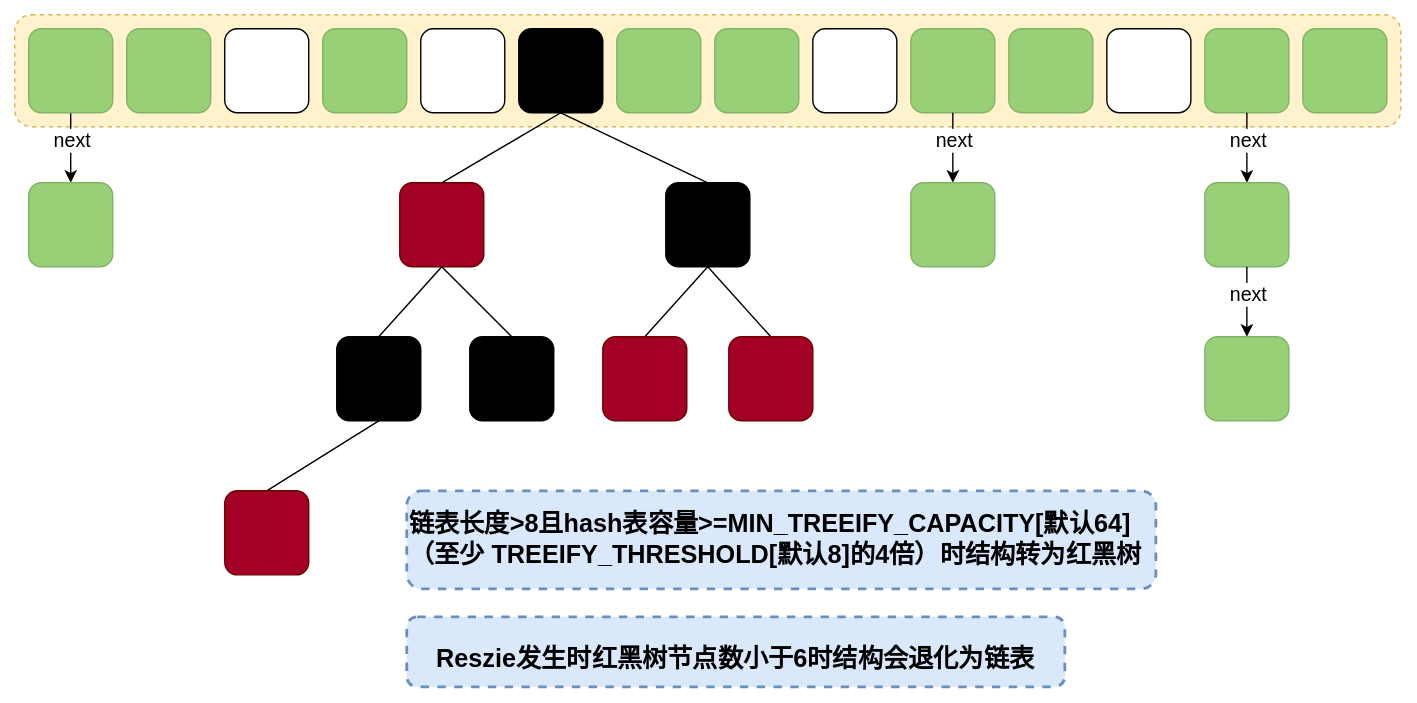
This is Java/JavaSE/集合框架/Java8HashMap结构.drawio.svg from Developer-Tang/notes, a draw.io export, as it was before one commit. Source tidied: cells renumbered, new cells last; positions are measured from the earlier drawing's top-left corner, leaving out a move shared by most shapes.
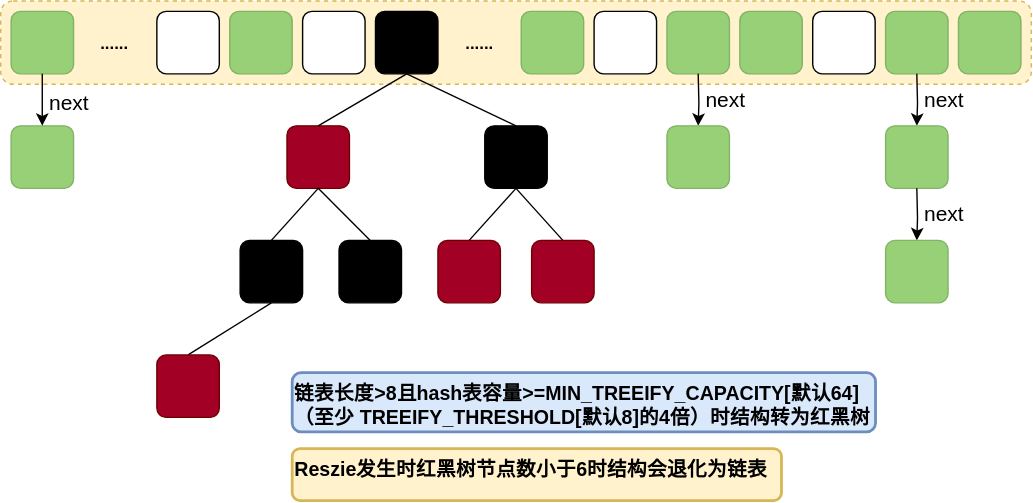
After the change.

Change to the diagram source:
```diff
@@ -2,150 +2,150 @@
   <root>
     <mxCell id="0" />
     <mxCell id="1" parent="0" />
-    <mxCell id="2" style="rounded=1;whiteSpace=wrap;html=1;dashed=1;fillColor=#fff2cc;strokeColor=#d6b656;" parent="1" vertex="1">
-      <mxGeometry width="990" height="80" as="geometry" />
+    <mxCell id="2" style="rounded=1;dashed=1;fillColor=#fff2cc;strokeColor=#d6b656;labelBackgroundColor=none;" parent="1" vertex="1">
+      <mxGeometry x="-10" y="-7" width="736.3" height="59.5" as="geometry" />
     </mxCell>
-    <mxCell id="3" style="edgeStyle=orthogonalEdgeStyle;rounded=0;jettySize=auto;html=1;" parent="1" edge="1" source="5" target="19">
-      <mxGeometry relative="1" as="geometry" />
-    </mxCell>
-    <mxCell id="4" value="next" style="edgeLabel;html=1;align=center;verticalAlign=middle;fontSize=14;" parent="3" vertex="1">
-      <mxGeometry x="-0.25" y="2" relative="1" as="geometry">
-        <mxPoint x="-2" y="1" as="offset" />
-      </mxGeometry>
-    </mxCell>
-    <mxCell id="5" style="rounded=1;whiteSpace=wrap;html=1;fillColor=#97D077;strokeColor=#82b366;" parent="1" vertex="1">
-      <mxGeometry x="10" y="10" width="60" height="60" as="geometry" />
+    <mxCell id="5" style="rounded=1;fillColor=#97D077;strokeColor=#82b366;labelBackgroundColor=none;" parent="1" vertex="1">
+      <mxGeometry x="-2.6" y="0.4" width="44.6" height="44.6" as="geometry" />
     </mxCell>
-    <mxCell id="6" style="rounded=1;whiteSpace=wrap;html=1;strokeColor=#82b366;fillColor=#97D077;" parent="1" vertex="1">
-      <mxGeometry x="80" y="10" width="60" height="60" as="geometry" />
-    </mxCell>
-    <mxCell id="7" style="rounded=1;whiteSpace=wrap;html=1;" parent="1" vertex="1">
-      <mxGeometry x="150" y="10" width="60" height="60" as="geometry" />
+    <mxCell id="7" style="rounded=1;labelBackgroundColor=none;" parent="1" vertex="1">
+      <mxGeometry x="101.6" y="0.4" width="44.6" height="44.6" as="geometry" />
     </mxCell>
-    <mxCell id="8" style="rounded=1;whiteSpace=wrap;html=1;strokeColor=#82b366;fillColor=#97D077;" parent="1" vertex="1">
-      <mxGeometry x="220" y="10" width="60" height="60" as="geometry" />
+    <mxCell id="8" style="rounded=1;strokeColor=#82b366;fillColor=#97D077;labelBackgroundColor=none;" parent="1" vertex="1">
+      <mxGeometry x="153.6" y="0.4" width="44.6" height="44.6" as="geometry" />
     </mxCell>
-    <mxCell id="9" style="rounded=1;whiteSpace=wrap;html=1;" parent="1" vertex="1">
-      <mxGeometry x="290" y="10" width="60" height="60" as="geometry" />
+    <mxCell id="9" style="rounded=1;labelBackgroundColor=none;" parent="1" vertex="1">
+      <mxGeometry x="205.7" y="0.4" width="44.6" height="44.6" as="geometry" />
     </mxCell>
-    <mxCell id="10" style="rounded=1;whiteSpace=wrap;html=1;strokeColor=#000000;fillColor=#000000;fontColor=#000000;" parent="1" vertex="1">
-      <mxGeometry x="360" y="10" width="60" height="60" as="geometry" />
+    <mxCell id="10" style="rounded=1;strokeColor=#000000;fillColor=#000000;fontColor=#000000;labelBackgroundColor=none;" parent="1" vertex="1">
+      <mxGeometry x="257.7" y="0.4" width="44.6" height="44.6" as="geometry" />
     </mxCell>
-    <mxCell id="11" style="rounded=1;whiteSpace=wrap;html=1;strokeColor=#82b366;fillColor=#97D077;" parent="1" vertex="1">
-      <mxGeometry x="430" y="10" width="60" height="60" as="geometry" />
-    </mxCell>
-    <mxCell id="12" style="rounded=1;whiteSpace=wrap;html=1;strokeColor=#82b366;fillColor=#97D077;" parent="1" vertex="1">
-      <mxGeometry x="500" y="10" width="60" height="60" as="geometry" />
+    <mxCell id="12" style="rounded=1;strokeColor=#82b366;fillColor=#97D077;labelBackgroundColor=none;" parent="1" vertex="1">
+      <mxGeometry x="361.9" y="0.4" width="44.6" height="44.6" as="geometry" />
     </mxCell>
-    <mxCell id="13" style="rounded=1;whiteSpace=wrap;html=1;" parent="1" vertex="1">
-      <mxGeometry x="570" y="10" width="60" height="60" as="geometry" />
+    <mxCell id="13" style="rounded=1;labelBackgroundColor=none;" parent="1" vertex="1">
+      <mxGeometry x="413.9" y="0.4" width="44.6" height="44.6" as="geometry" />
     </mxCell>
-    <mxCell id="14" style="rounded=1;whiteSpace=wrap;html=1;strokeColor=#82b366;fillColor=#97D077;" parent="1" vertex="1">
-      <mxGeometry x="640" y="10" width="60" height="60" as="geometry" />
+    <mxCell id="14" style="rounded=1;strokeColor=#82b366;fillColor=#97D077;labelBackgroundColor=none;" parent="1" vertex="1">
+      <mxGeometry x="466" y="0.4" width="44.6" height="44.6" as="geometry" />
     </mxCell>
-    <mxCell id="15" style="rounded=1;whiteSpace=wrap;html=1;strokeColor=#82b366;fillColor=#97D077;" parent="1" vertex="1">
-      <mxGeometry x="710" y="10" width="60" height="60" as="geometry" />
+    <mxCell id="15" style="rounded=1;strokeColor=#82b366;fillColor=#97D077;labelBackgroundColor=none;" parent="1" vertex="1">
+      <mxGeometry x="518.1" y="0.4" width="44.6" height="44.6" as="geometry" />
     </mxCell>
-    <mxCell id="16" style="rounded=1;whiteSpace=wrap;html=1;" parent="1" vertex="1">
-      <mxGeometry x="780" y="10" width="60" height="60" as="geometry" />
+    <mxCell id="16" style="rounded=1;labelBackgroundColor=none;" parent="1" vertex="1">
+      <mxGeometry x="570.1" y="0.4" width="44.6" height="44.6" as="geometry" />
     </mxCell>
-    <mxCell id="17" style="rounded=1;whiteSpace=wrap;html=1;strokeColor=#82b366;fillColor=#97D077;" parent="1" vertex="1">
-      <mxGeometry x="850" y="10" width="60" height="60" as="geometry" />
+    <mxCell id="17" style="rounded=1;strokeColor=#82b366;fillColor=#97D077;labelBackgroundColor=none;" parent="1" vertex="1">
+      <mxGeometry x="622.2" y="0.4" width="44.6" height="44.6" as="geometry" />
     </mxCell>
-    <mxCell id="18" style="rounded=1;whiteSpace=wrap;html=1;strokeColor=#82b366;fillColor=#97D077;" parent="1" vertex="1">
-      <mxGeometry x="920" y="10" width="60" height="60" as="geometry" />
+    <mxCell id="18" style="rounded=1;strokeColor=#82b366;fillColor=#97D077;labelBackgroundColor=none;" parent="1" vertex="1">
+      <mxGeometry x="674.2" y="0.4" width="44.6" height="44.6" as="geometry" />
     </mxCell>
-    <mxCell id="19" style="rounded=1;whiteSpace=wrap;html=1;fillColor=#97D077;strokeColor=#82b366;" parent="1" vertex="1">
-      <mxGeometry x="10" y="120" width="60" height="60" as="geometry" />
+    <mxCell id="19" style="rounded=1;fillColor=#97D077;strokeColor=#82b366;labelBackgroundColor=none;" parent="1" vertex="1">
+      <mxGeometry x="-2.6" y="82.2" width="44.6" height="44.6" as="geometry" />
     </mxCell>
-    <mxCell id="20" style="edgeStyle=none;rounded=0;jettySize=auto;html=1;exitX=0.5;exitY=1;exitDx=0;exitDy=0;entryX=0.5;entryY=0;entryDx=0;entryDy=0;endArrow=none;endFill=0;" parent="1" edge="1" source="21" target="34">
-      <mxGeometry relative="1" as="geometry" />
-    </mxCell>
+    <mxCell id="3" style="edgeStyle=orthogonalEdgeStyle;rounded=0;jettySize=auto;labelBackgroundColor=none;" parent="1" edge="1" source="5" target="19">
+      <mxGeometry relative="1" as="geometry" />
+    </mxCell>
+    <mxCell id="4" value="next" style="edgeLabel;align=center;verticalAlign=middle;fontSize=15;labelBackgroundColor=none;" parent="3" vertex="1">
+      <mxGeometry x="-0.25" y="2" relative="1" as="geometry">
+        <mxPoint x="17" y="3" as="offset" />
+      </mxGeometry>
+    </mxCell>
-    <mxCell id="21" style="rounded=1;whiteSpace=wrap;html=1;fillColor=#a20025;strokeColor=#6F0000;fontColor=#ffffff;" parent="1" vertex="1">
-      <mxGeometry x="275" y="120" width="60" height="60" as="geometry" />
+    <mxCell id="21" style="rounded=1;fillColor=#a20025;strokeColor=#6F0000;fontColor=#ffffff;labelBackgroundColor=none;" parent="1" vertex="1">
+      <mxGeometry x="194.5" y="82.2" width="44.6" height="44.6" as="geometry" />
     </mxCell>
-    <mxCell id="22" style="edgeStyle=orthogonalEdgeStyle;rounded=0;jettySize=auto;html=1;" parent="1" edge="1" target="24">
+    <mxCell id="22" style="edgeStyle=orthogonalEdgeStyle;rounded=0;jettySize=auto;labelBackgroundColor=none;" parent="1" edge="1" target="24">
       <mxGeometry relative="1" as="geometry">
-        <mxPoint x="670" y="70" as="sourcePoint" />
+        <mxPoint x="488.3" y="45.1" as="sourcePoint" />
       </mxGeometry>
     </mxCell>
-    <mxCell id="23" value="next" style="edgeLabel;html=1;align=center;verticalAlign=middle;fontSize=14;" parent="22" vertex="1">
+    <mxCell id="23" value="next" style="edgeLabel;align=center;verticalAlign=middle;fontSize=15;labelBackgroundColor=none;" parent="22" vertex="1">
       <mxGeometry x="-0.25" y="2" relative="1" as="geometry">
-        <mxPoint x="-2" y="1" as="offset" />
+        <mxPoint x="17" y="3" as="offset" />
       </mxGeometry>
     </mxCell>
-    <mxCell id="24" style="rounded=1;whiteSpace=wrap;html=1;fillColor=#97D077;strokeColor=#82b366;" parent="1" vertex="1">
-      <mxGeometry x="640" y="120" width="60" height="60" as="geometry" />
+    <mxCell id="24" style="rounded=1;fillColor=#97D077;strokeColor=#82b366;labelBackgroundColor=none;" parent="1" vertex="1">
+      <mxGeometry x="466" y="82.2" width="44.6" height="44.6" as="geometry" />
     </mxCell>
-    <mxCell id="25" style="edgeStyle=orthogonalEdgeStyle;rounded=0;jettySize=auto;html=1;" parent="1" edge="1" target="27">
+    <mxCell id="25" style="edgeStyle=orthogonalEdgeStyle;rounded=0;jettySize=auto;labelBackgroundColor=none;" parent="1" edge="1" target="27">
       <mxGeometry relative="1" as="geometry">
-        <mxPoint x="880" y="70" as="sourcePoint" />
+        <mxPoint x="644.5" y="45.1" as="sourcePoint" />
       </mxGeometry>
     </mxCell>
-    <mxCell id="26" value="next" style="edgeLabel;html=1;align=center;verticalAlign=middle;fontSize=14;" parent="25" vertex="1">
+    <mxCell id="26" value="next" style="edgeLabel;align=center;verticalAlign=middle;fontSize=15;labelBackgroundColor=none;" parent="25" vertex="1">
       <mxGeometry x="-0.25" y="2" relative="1" as="geometry">
-        <mxPoint x="-2" y="1" as="offset" />
+        <mxPoint x="17" y="3" as="offset" />
       </mxGeometry>
     </mxCell>
-    <mxCell id="27" style="rounded=1;whiteSpace=wrap;html=1;fillColor=#97D077;strokeColor=#82b366;" parent="1" vertex="1">
-      <mxGeometry x="850" y="120" width="60" height="60" as="geometry" />
+    <mxCell id="27" style="rounded=1;fillColor=#97D077;strokeColor=#82b366;labelBackgroundColor=none;" parent="1" vertex="1">
+      <mxGeometry x="622.2" y="82.2" width="44.6" height="44.6" as="geometry" />
     </mxCell>
-    <mxCell id="28" style="edgeStyle=orthogonalEdgeStyle;rounded=0;jettySize=auto;html=1;" parent="1" edge="1" target="30">
+    <mxCell id="28" style="edgeStyle=orthogonalEdgeStyle;rounded=0;jettySize=auto;labelBackgroundColor=none;" parent="1" edge="1" target="30">
       <mxGeometry relative="1" as="geometry">
-        <mxPoint x="880" y="180" as="sourcePoint" />
+        <mxPoint x="644.5" y="126.9" as="sourcePoint" />
       </mxGeometry>
     </mxCell>
-    <mxCell id="29" value="next" style="edgeLabel;html=1;align=center;verticalAlign=middle;fontSize=14;" parent="28" vertex="1">
+    <mxCell id="29" value="next" style="edgeLabel;align=center;verticalAlign=middle;fontSize=15;labelBackgroundColor=none;" parent="28" vertex="1">
       <mxGeometry x="-0.25" y="2" relative="1" as="geometry">
-        <mxPoint x="-2" y="1" as="offset" />
+        <mxPoint x="17" y="3" as="offset" />
       </mxGeometry>
     </mxCell>
-    <mxCell id="30" style="rounded=1;whiteSpace=wrap;html=1;fillColor=#97D077;strokeColor=#82b366;" parent="1" vertex="1">
-      <mxGeometry x="850" y="230" width="60" height="60" as="geometry" />
+    <mxCell id="30" style="rounded=1;fillColor=#97D077;strokeColor=#82b366;labelBackgroundColor=none;" parent="1" vertex="1">
+      <mxGeometry x="622.2" y="164.1" width="44.6" height="44.6" as="geometry" />
     </mxCell>
-    <mxCell id="31" style="rounded=1;whiteSpace=wrap;html=1;fillColor=#000000;strokeColor=#000000;" parent="1" vertex="1">
-      <mxGeometry x="465" y="120" width="60" height="60" as="geometry" />
+    <mxCell id="31" style="rounded=1;fillColor=#000000;strokeColor=#000000;labelBackgroundColor=none;" parent="1" vertex="1">
+      <mxGeometry x="335.8" y="82.2" width="44.6" height="44.6" as="geometry" />
     </mxCell>
-    <mxCell id="32" style="rounded=0;jettySize=auto;html=1;exitX=0.5;exitY=1;exitDx=0;exitDy=0;entryX=0.5;entryY=0;entryDx=0;entryDy=0;endArrow=none;endFill=0;" parent="1" edge="1" source="10" target="21">
+    <mxCell id="32" style="rounded=0;jettySize=auto;exitX=0.5;exitY=1;exitDx=0;exitDy=0;entryX=0.5;entryY=0;entryDx=0;entryDy=0;endArrow=none;endFill=0;labelBackgroundColor=none;" parent="1" edge="1" source="10" target="21">
       <mxGeometry relative="1" as="geometry" />
     </mxCell>
-    <mxCell id="33" style="rounded=0;jettySize=auto;html=1;entryX=0.5;entryY=0;entryDx=0;entryDy=0;endArrow=none;endFill=0;" parent="1" edge="1" target="31">
+    <mxCell id="33" style="rounded=0;jettySize=auto;entryX=0.5;entryY=0;entryDx=0;entryDy=0;endArrow=none;endFill=0;labelBackgroundColor=none;" parent="1" edge="1" target="31">
       <mxGeometry relative="1" as="geometry">
-        <mxPoint x="390" y="70" as="sourcePoint" />
+        <mxPoint x="280.1" y="45.1" as="sourcePoint" />
       </mxGeometry>
     </mxCell>
-    <mxCell id="34" style="rounded=1;whiteSpace=wrap;html=1;strokeColor=#000000;fillColor=#000000;fontColor=#000000;" parent="1" vertex="1">
-      <mxGeometry x="230" y="230" width="60" height="60" as="geometry" />
+    <mxCell id="34" style="rounded=1;strokeColor=#000000;fillColor=#000000;fontColor=#000000;labelBackgroundColor=none;" parent="1" vertex="1">
+      <mxGeometry x="161.1" y="164.1" width="44.6" height="44.6" as="geometry" />
     </mxCell>
+    <mxCell id="20" style="edgeStyle=none;rounded=0;jettySize=auto;exitX=0.5;exitY=1;exitDx=0;exitDy=0;entryX=0.5;entryY=0;entryDx=0;entryDy=0;endArrow=none;endFill=0;labelBackgroundColor=none;" parent="1" edge="1" source="21" target="34">
+      <mxGeometry relative="1" as="geometry" />
+    </mxCell>
-    <mxCell id="35" style="edgeStyle=none;rounded=0;jettySize=auto;html=1;exitX=0.5;exitY=0;exitDx=0;exitDy=0;entryX=0.5;entryY=1;entryDx=0;entryDy=0;endArrow=none;endFill=0;" parent="1" edge="1" source="36" target="21">
+    <mxCell id="35" style="edgeStyle=none;rounded=0;jettySize=auto;exitX=0.5;exitY=0;exitDx=0;exitDy=0;entryX=0.5;entryY=1;entryDx=0;entryDy=0;endArrow=none;endFill=0;labelBackgroundColor=none;" parent="1" edge="1" source="36" target="21">
       <mxGeometry relative="1" as="geometry" />
     </mxCell>
-    <mxCell id="36" style="rounded=1;whiteSpace=wrap;html=1;strokeColor=#000000;fillColor=#000000;fontColor=#000000;" parent="1" vertex="1">
-      <mxGeometry x="325" y="230" width="60" height="60" as="geometry" />
+    <mxCell id="36" style="rounded=1;strokeColor=#000000;fillColor=#000000;fontColor=#000000;labelBackgroundColor=none;" parent="1" vertex="1">
+      <mxGeometry x="231.7" y="164.1" width="44.6" height="44.6" as="geometry" />
     </mxCell>
-    <mxCell id="37" style="edgeStyle=none;rounded=0;jettySize=auto;html=1;exitX=0.5;exitY=0;exitDx=0;exitDy=0;entryX=0.5;entryY=1;entryDx=0;entryDy=0;endArrow=none;endFill=0;" parent="1" edge="1" source="38" target="31">
+    <mxCell id="37" style="edgeStyle=none;rounded=0;jettySize=auto;exitX=0.5;exitY=0;exitDx=0;exitDy=0;entryX=0.5;entryY=1;entryDx=0;entryDy=0;endArrow=none;endFill=0;labelBackgroundColor=none;" parent="1" edge="1" source="38" target="31">
       <mxGeometry relative="1" as="geometry" />
     </mxCell>
-    <mxCell id="38" style="rounded=1;whiteSpace=wrap;html=1;strokeColor=#6F0000;fillColor=#a20025;fontColor=#ffffff;" parent="1" vertex="1">
-      <mxGeometry x="510" y="230" width="60" height="60" as="geometry" />
+    <mxCell id="38" style="rounded=1;strokeColor=#6F0000;fillColor=#a20025;fontColor=#ffffff;labelBackgroundColor=none;" parent="1" vertex="1">
+      <mxGeometry x="369.3" y="164.1" width="44.6" height="44.6" as="geometry" />
     </mxCell>
-    <mxCell id="39" style="edgeStyle=none;rounded=0;jettySize=auto;html=1;exitX=0.5;exitY=0;exitDx=0;exitDy=0;entryX=0.5;entryY=1;entryDx=0;entryDy=0;endArrow=none;endFill=0;" parent="1" edge="1" source="40" target="31">
+    <mxCell id="39" style="edgeStyle=none;rounded=0;jettySize=auto;exitX=0.5;exitY=0;exitDx=0;exitDy=0;entryX=0.5;entryY=1;entryDx=0;entryDy=0;endArrow=none;endFill=0;labelBackgroundColor=none;" parent="1" edge="1" source="40" target="31">
       <mxGeometry relative="1" as="geometry" />
     </mxCell>
-    <mxCell id="40" style="rounded=1;whiteSpace=wrap;html=1;fillColor=#a20025;strokeColor=#6F0000;fontColor=#ffffff;" parent="1" vertex="1">
-      <mxGeometry x="420" y="230" width="60" height="60" as="geometry" />
+    <mxCell id="40" style="rounded=1;fillColor=#a20025;strokeColor=#6F0000;fontColor=#ffffff;labelBackgroundColor=none;" parent="1" vertex="1">
+      <mxGeometry x="302.4" y="164.1" width="44.6" height="44.6" as="geometry" />
     </mxCell>
-    <mxCell id="41" style="edgeStyle=none;rounded=0;jettySize=auto;html=1;exitX=0.5;exitY=0;exitDx=0;exitDy=0;entryX=0.5;entryY=1;entryDx=0;entryDy=0;endArrow=none;endFill=0;" parent="1" edge="1" source="42" target="34">
+    <mxCell id="41" style="edgeStyle=none;rounded=0;jettySize=auto;exitX=0.5;exitY=0;exitDx=0;exitDy=0;entryX=0.5;entryY=1;entryDx=0;entryDy=0;endArrow=none;endFill=0;labelBackgroundColor=none;" parent="1" edge="1" source="42" target="34">
       <mxGeometry relative="1" as="geometry" />
     </mxCell>
-    <mxCell id="42" style="rounded=1;whiteSpace=wrap;html=1;fillColor=#a20025;strokeColor=#6F0000;fontColor=#ffffff;" parent="1" vertex="1">
-      <mxGeometry x="150" y="340" width="60" height="60" as="geometry" />
+    <mxCell id="42" style="rounded=1;fillColor=#a20025;strokeColor=#6F0000;fontColor=#ffffff;labelBackgroundColor=none;" parent="1" vertex="1">
+      <mxGeometry x="101.6" y="245.9" width="44.6" height="44.6" as="geometry" />
     </mxCell>
-    <mxCell id="43" value="链表长度&amp;gt;8且hash表容量&amp;gt;=MIN_TREEIFY_CAPACITY[默认64]（至少 TREEIFY_THRESHOLD[默认8]的4倍）时结构转为红黑树" style="rounded=1;whiteSpace=wrap;html=1;fillColor=#dae8fc;strokeColor=#6c8ebf;dashed=1;strokeWidth=2;fontSize=18;fontStyle=1;labelPosition=center;verticalLabelPosition=middle;align=left;verticalAlign=middle;" parent="1" vertex="1">
-      <mxGeometry x="280" y="340" width="535" height="70" as="geometry" />
+    <mxCell id="43" value="链表长度&gt;8且hash表容量&gt;=MIN_TREEIFY_CAPACITY[默认64]&#10;（至少 TREEIFY_THRESHOLD[默认8]的4倍）时结构转为红黑树" style="rounded=1;fillColor=#dae8fc;strokeColor=#6c8ebf;strokeWidth=2;fontSize=14;fontStyle=1;labelPosition=center;verticalLabelPosition=middle;align=left;verticalAlign=top;labelBackgroundColor=none;" parent="1" vertex="1">
+      <mxGeometry x="198.2" y="258.5" width="416.8" height="42.4" as="geometry" />
     </mxCell>
-    <mxCell id="44" value="&lt;br&gt;Reszie发生时红黑树节点数小于6时结构会退化为链表" style="rounded=1;whiteSpace=wrap;html=1;fillColor=#dae8fc;strokeColor=#6c8ebf;dashed=1;strokeWidth=2;fontSize=18;fontStyle=1;spacingTop=1;spacingBottom=13;" parent="1" vertex="1">
-      <mxGeometry x="280" y="430" width="470" height="50" as="geometry" />
+    <mxCell id="44" value="Reszie发生时红黑树节点数小于6时结构会退化为链表" style="rounded=1;fillColor=#fff2cc;strokeColor=#d6b656;strokeWidth=2;fontSize=14;fontStyle=1;spacingTop=0;spacingBottom=0;spacingLeft=0;align=left;verticalAlign=top;labelPosition=center;verticalLabelPosition=middle;labelBackgroundColor=none;" parent="1" vertex="1">
+      <mxGeometry x="198.2" y="312.8" width="349.6" height="37.2" as="geometry" />
     </mxCell>
+    <mxCell id="45" value="......" style="text;strokeColor=none;fillColor=none;align=center;verticalAlign=middle;rounded=0;fontStyle=1;" parent="1" vertex="1">
+      <mxGeometry x="41.6" y="7.8" width="60" height="30" as="geometry" />
+    </mxCell>
+    <mxCell id="46" value="......" style="text;strokeColor=none;fillColor=none;align=center;verticalAlign=middle;rounded=0;fontStyle=1;" parent="1" vertex="1">
+      <mxGeometry x="302.4" y="7.8" width="60" height="30" as="geometry" />
+    </mxCell>
   </root>
 </mxGraphModel>
```
